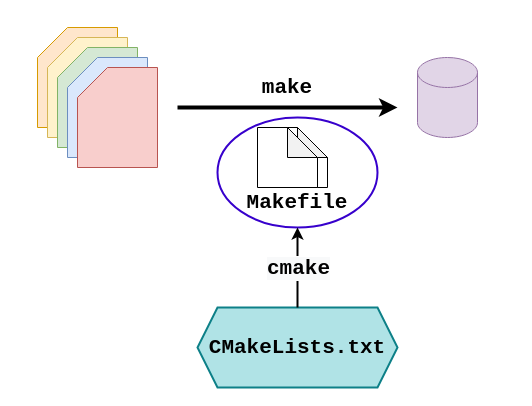
ENCCS/cmake-workshop keeps this draw.io diagram as content/diagrams/cmake.drawio. Above is the earlier version. Source tidied: cells renumbered, new cells numbered last; positions are measured from the earlier drawing's top-left corner, leaving out a move shared by most shapes. Both pictures are drawn from the tidied source at 100%, with x=0, y=0 at pixel (37, 27).
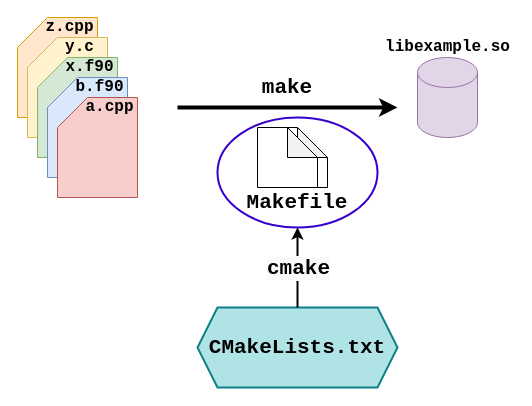
Above is the later version.

Diff of the diagram source:
```diff
@@
     <mxCell id="4" style="shape=card;whiteSpace=wrap;html=1;fillColor=#ffe6cc;strokeColor=#d79b00;" parent="1" vertex="1">
-      <mxGeometry width="80" height="100" as="geometry" />
+      <mxGeometry x="-20" y="-10" width="80" height="100" as="geometry" />
     </mxCell>
     <mxCell id="5" style="shape=card;whiteSpace=wrap;html=1;fillColor=#fff2cc;strokeColor=#d6b656;" parent="1" vertex="1">
-      <mxGeometry x="10" y="10" width="80" height="100" as="geometry" />
+      <mxGeometry x="-10" y="10" width="80" height="100" as="geometry" />
     </mxCell>
     <mxCell id="6" style="shape=card;whiteSpace=wrap;html=1;fillColor=#d5e8d4;strokeColor=#82b366;" parent="1" vertex="1">
-      <mxGeometry x="20" y="20" width="80" height="100" as="geometry" />
+      <mxGeometry y="30" width="80" height="100" as="geometry" />
     </mxCell>
     <mxCell id="7" style="shape=card;whiteSpace=wrap;html=1;fillColor=#dae8fc;strokeColor=#6c8ebf;" parent="1" vertex="1">
-      <mxGeometry x="30" y="30" width="80" height="100" as="geometry" />
+      <mxGeometry x="10" y="50" width="80" height="100" as="geometry" />
     </mxCell>
     <mxCell id="8" style="shape=card;whiteSpace=wrap;html=1;fillColor=#f8cecc;strokeColor=#b85450;" parent="1" vertex="1">
-      <mxGeometry x="40" y="40" width="80" height="100" as="geometry" />
+      <mxGeometry x="20" y="70" width="80" height="100" as="geometry" />
     </mxCell>
@@
+    <mxCell id="18" value="&lt;font face=&quot;Courier New&quot; size=&quot;1&quot;&gt;&lt;b style=&quot;font-size: 16px&quot;&gt;libexample.so&lt;/b&gt;&lt;/font&gt;" style="text;html=1;strokeColor=none;fillColor=none;align=center;verticalAlign=middle;whiteSpace=wrap;rounded=0;" parent="1" vertex="1">
+      <mxGeometry x="342.5" y="10" width="135" height="20" as="geometry" />
+    </mxCell>
+    <mxCell id="19" value="&lt;font face=&quot;Courier New&quot; size=&quot;1&quot;&gt;&lt;b style=&quot;font-size: 16px&quot;&gt;b.f90&lt;/b&gt;&lt;/font&gt;" style="text;html=1;strokeColor=none;fillColor=none;align=center;verticalAlign=middle;whiteSpace=wrap;rounded=0;" parent="1" vertex="1">
+      <mxGeometry x="35" y="50" width="55" height="20" as="geometry" />
+    </mxCell>
+    <mxCell id="20" value="&lt;font face=&quot;Courier New&quot; size=&quot;1&quot;&gt;&lt;b style=&quot;font-size: 16px&quot;&gt;a.cpp&lt;/b&gt;&lt;/font&gt;" style="text;html=1;strokeColor=none;fillColor=none;align=center;verticalAlign=middle;whiteSpace=wrap;rounded=0;" parent="1" vertex="1">
+      <mxGeometry x="45" y="70" width="55" height="20" as="geometry" />
+    </mxCell>
+    <mxCell id="21" value="&lt;font face=&quot;Courier New&quot; size=&quot;1&quot;&gt;&lt;b style=&quot;font-size: 16px&quot;&gt;x.f90&lt;/b&gt;&lt;/font&gt;" style="text;html=1;strokeColor=none;fillColor=none;align=center;verticalAlign=middle;whiteSpace=wrap;rounded=0;" parent="1" vertex="1">
+      <mxGeometry x="25" y="30" width="55" height="20" as="geometry" />
+    </mxCell>
+    <mxCell id="22" value="&lt;font face=&quot;Courier New&quot; size=&quot;1&quot;&gt;&lt;b style=&quot;font-size: 16px&quot;&gt;y.c&lt;/b&gt;&lt;/font&gt;" style="text;html=1;strokeColor=none;fillColor=none;align=center;verticalAlign=middle;whiteSpace=wrap;rounded=0;" parent="1" vertex="1">
+      <mxGeometry x="15" y="10" width="55" height="20" as="geometry" />
+    </mxCell>
+    <mxCell id="23" value="&lt;font face=&quot;Courier New&quot; size=&quot;1&quot;&gt;&lt;b style=&quot;font-size: 16px&quot;&gt;z.cpp&lt;/b&gt;&lt;/font&gt;" style="text;html=1;strokeColor=none;fillColor=none;align=center;verticalAlign=middle;whiteSpace=wrap;rounded=0;" parent="1" vertex="1">
+      <mxGeometry x="5" y="-10" width="55" height="20" as="geometry" />
+    </mxCell>
```
